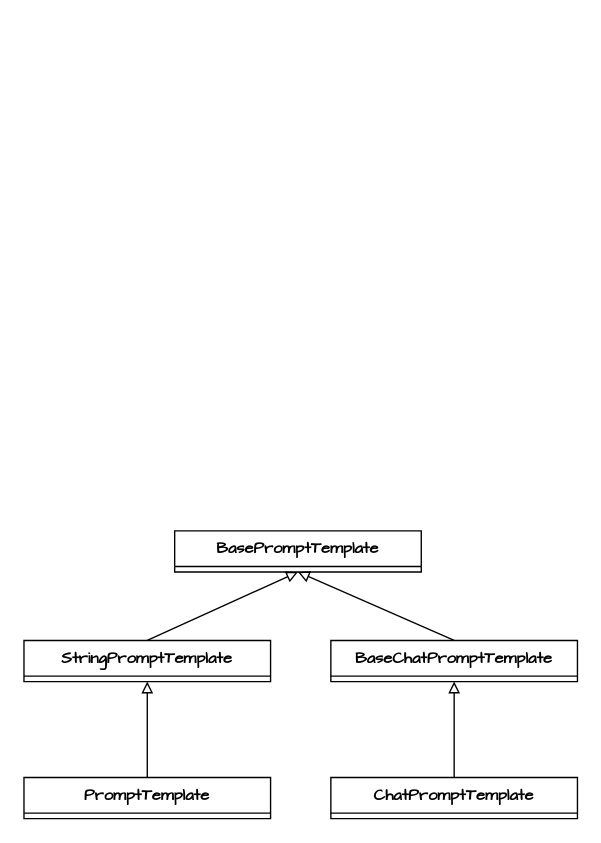
The draw.io diagram page "Prompt" (3 of 7) of Draw_Files/langchain.drawio in wangmu0115/WangMu, before the edit. Source tidied: cells renumbered, new cells numbered last; positions are measured from the earlier drawing's top-left corner, leaving out a move shared by most shapes. Both pictures are drawn from the tidied source at 137%, with x=0, y=0 at pixel (23, 530).
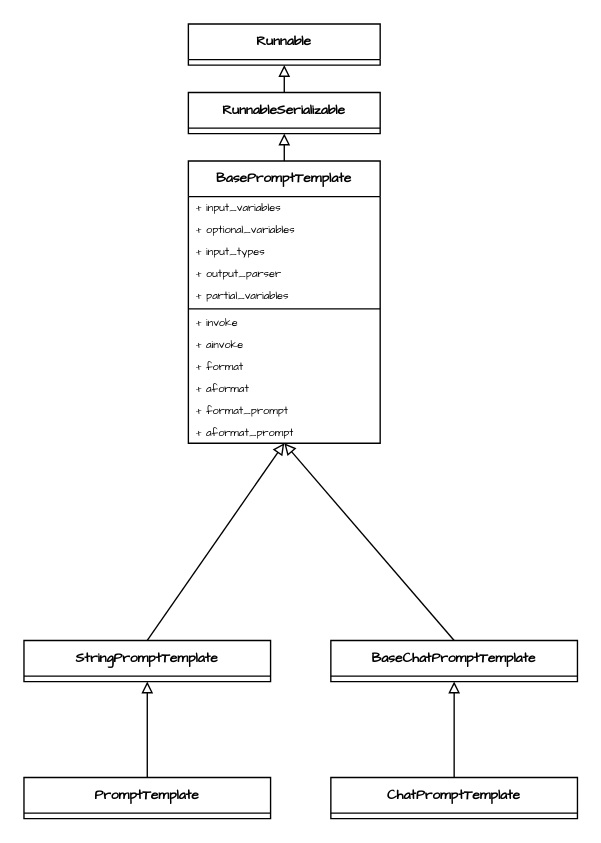
The same page after the edit.

Diff of the diagram source:
```diff
@@
+    <mxCell id="11" style="edgeStyle=orthogonalEdgeStyle;rounded=0;jettySize=auto;html=1;exitX=0.5;exitY=0;exitDx=0;exitDy=0;entryX=0.5;entryY=1;entryDx=0;entryDy=0;endArrow=block;endFill=0;" parent="1" edge="1" source="2" target="26">
+      <mxGeometry relative="1" as="geometry" />
+    </mxCell>
-    <mxCell id="2" value="BasePromptTemplate" style="swimlane;fontStyle=1;align=center;verticalAlign=top;horizontal=1;startSize=26;whiteSpace=wrap;html=1;fontFamily=Comic Sans MS;fontSize=12;" parent="1" vertex="1" collapsed="1">
-      <mxGeometry x="110" width="180" height="30" as="geometry" />
+    <mxCell id="2" value="BasePromptTemplate" style="swimlane;fontStyle=1;align=center;verticalAlign=top;horizontal=1;startSize=26;whiteSpace=wrap;html=1;fontFamily=Comic Sans MS;fontSize=10;" parent="1" vertex="1">
+      <mxGeometry x="120" y="-270" width="140" height="206" as="geometry" />
     </mxCell>
+    <mxCell id="12" value="+ input_variables" style="text;strokeColor=none;fillColor=none;align=left;verticalAlign=middle;spacingLeft=4;spacingRight=4;overflow=hidden;whiteSpace=wrap;html=1;fontFamily=Comic Sans MS;fontSize=8;" parent="2" vertex="1">
+      <mxGeometry y="26" width="140" height="16" as="geometry" />
+    </mxCell>
+    <mxCell id="13" value="+ optional_variables" style="text;strokeColor=none;fillColor=none;align=left;verticalAlign=middle;spacingLeft=4;spacingRight=4;overflow=hidden;whiteSpace=wrap;html=1;fontFamily=Comic Sans MS;fontSize=8;" parent="2" vertex="1">
+      <mxGeometry y="42" width="140" height="16" as="geometry" />
+    </mxCell>
+    <mxCell id="14" value="+ input_types&amp;nbsp;" style="text;strokeColor=none;fillColor=none;align=left;verticalAlign=middle;spacingLeft=4;spacingRight=4;overflow=hidden;whiteSpace=wrap;html=1;fontFamily=Comic Sans MS;fontSize=8;" parent="2" vertex="1">
+      <mxGeometry y="58" width="140" height="16" as="geometry" />
+    </mxCell>
+    <mxCell id="15" value="+ output_parser&amp;nbsp;" style="text;strokeColor=none;fillColor=none;align=left;verticalAlign=middle;spacingLeft=4;spacingRight=4;overflow=hidden;whiteSpace=wrap;html=1;fontFamily=Comic Sans MS;fontSize=8;" parent="2" vertex="1">
+      <mxGeometry y="74" width="140" height="16" as="geometry" />
+    </mxCell>
+    <mxCell id="16" value="+ partial_variables&amp;nbsp;" style="text;strokeColor=none;fillColor=none;align=left;verticalAlign=middle;spacingLeft=4;spacingRight=4;overflow=hidden;whiteSpace=wrap;html=1;fontFamily=Comic Sans MS;fontSize=8;" parent="2" vertex="1">
+      <mxGeometry y="90" width="140" height="16" as="geometry" />
+    </mxCell>
+    <mxCell id="17" style="line;strokeWidth=1;fillColor=none;align=left;verticalAlign=middle;spacingTop=-1;spacingLeft=3;spacingRight=3;labelPosition=right;strokeColor=inherit;fontFamily=Comic Sans MS;" parent="2" vertex="1">
+      <mxGeometry y="106" width="140" height="4" as="geometry" />
+    </mxCell>
+    <mxCell id="18" value="+ invoke" style="text;strokeColor=none;fillColor=none;align=left;verticalAlign=middle;spacingLeft=4;spacingRight=4;overflow=hidden;whiteSpace=wrap;html=1;fontFamily=Comic Sans MS;fontSize=8;" parent="2" vertex="1">
+      <mxGeometry y="110" width="140" height="16" as="geometry" />
+    </mxCell>
+    <mxCell id="19" value="+ ainvoke" style="text;strokeColor=none;fillColor=none;align=left;verticalAlign=middle;spacingLeft=4;spacingRight=4;overflow=hidden;whiteSpace=wrap;html=1;fontFamily=Comic Sans MS;fontSize=8;" parent="2" vertex="1">
+      <mxGeometry y="126" width="140" height="16" as="geometry" />
+    </mxCell>
+    <mxCell id="20" value="+ format" style="text;strokeColor=none;fillColor=none;align=left;verticalAlign=middle;spacingLeft=4;spacingRight=4;overflow=hidden;whiteSpace=wrap;html=1;fontFamily=Comic Sans MS;fontSize=8;" parent="2" vertex="1">
+      <mxGeometry y="142" width="140" height="16" as="geometry" />
+    </mxCell>
+    <mxCell id="21" value="+ aformat" style="text;strokeColor=none;fillColor=none;align=left;verticalAlign=middle;spacingLeft=4;spacingRight=4;overflow=hidden;whiteSpace=wrap;html=1;fontFamily=Comic Sans MS;fontSize=8;" parent="2" vertex="1">
+      <mxGeometry y="158" width="140" height="16" as="geometry" />
+    </mxCell>
+    <mxCell id="22" value="+ format_prompt" style="text;strokeColor=none;fillColor=none;align=left;verticalAlign=middle;spacingLeft=4;spacingRight=4;overflow=hidden;whiteSpace=wrap;html=1;fontFamily=Comic Sans MS;fontSize=8;" parent="2" vertex="1">
+      <mxGeometry y="174" width="140" height="16" as="geometry" />
+    </mxCell>
+    <mxCell id="23" value="+ aformat_prompt" style="text;strokeColor=none;fillColor=none;align=left;verticalAlign=middle;spacingLeft=4;spacingRight=4;overflow=hidden;whiteSpace=wrap;html=1;fontFamily=Comic Sans MS;fontSize=8;" parent="2" vertex="1">
+      <mxGeometry y="190" width="140" height="16" as="geometry" />
+    </mxCell>
-    <mxCell id="3" style="rounded=0;jettySize=auto;html=1;exitX=0.5;exitY=0;exitDx=0;exitDy=0;entryX=0.5;entryY=1;entryDx=0;entryDy=0;endArrow=block;endFill=0;" parent="1" edge="1" source="4" target="2">
+    <mxCell id="3" style="rounded=0;jettySize=auto;html=1;exitX=0.5;exitY=0;exitDx=0;exitDy=0;entryX=0.5;entryY=1;entryDx=0;entryDy=0;endArrow=block;endFill=0;fontSize=10;" parent="1" edge="1" source="4" target="2">
       <mxGeometry relative="1" as="geometry" />
     </mxCell>
-    <mxCell id="4" value="StringPromptTemplate" style="swimlane;fontStyle=1;align=center;verticalAlign=top;horizontal=1;startSize=26;whiteSpace=wrap;html=1;fontFamily=Comic Sans MS;fontSize=12;" parent="1" vertex="1" collapsed="1">
+    <mxCell id="4" value="StringPromptTemplate" style="swimlane;fontStyle=1;align=center;verticalAlign=top;horizontal=1;startSize=26;whiteSpace=wrap;html=1;fontFamily=Comic Sans MS;fontSize=10;" parent="1" vertex="1" collapsed="1">
       <mxGeometry y="80" width="180" height="30" as="geometry" />
     </mxCell>
-    <mxCell id="5" style="rounded=0;jettySize=auto;html=1;exitX=0.5;exitY=0;exitDx=0;exitDy=0;entryX=0.5;entryY=1;entryDx=0;entryDy=0;endArrow=block;endFill=0;" parent="1" edge="1" source="6" target="4">
+    <mxCell id="5" style="rounded=0;jettySize=auto;html=1;exitX=0.5;exitY=0;exitDx=0;exitDy=0;entryX=0.5;entryY=1;entryDx=0;entryDy=0;endArrow=block;endFill=0;fontSize=10;" parent="1" edge="1" source="6" target="4">
       <mxGeometry relative="1" as="geometry" />
     </mxCell>
-    <mxCell id="6" value="PromptTemplate" style="swimlane;fontStyle=1;align=center;verticalAlign=top;horizontal=1;startSize=26;whiteSpace=wrap;html=1;fontFamily=Comic Sans MS;fontSize=12;" parent="1" vertex="1" collapsed="1">
+    <mxCell id="6" value="PromptTemplate" style="swimlane;fontStyle=1;align=center;verticalAlign=top;horizontal=1;startSize=26;whiteSpace=wrap;html=1;fontFamily=Comic Sans MS;fontSize=10;" parent="1" vertex="1" collapsed="1">
       <mxGeometry y="180" width="180" height="30" as="geometry" />
     </mxCell>
-    <mxCell id="7" style="rounded=0;jettySize=auto;html=1;exitX=0.5;exitY=0;exitDx=0;exitDy=0;entryX=0.5;entryY=1;entryDx=0;entryDy=0;endArrow=block;endFill=0;" parent="1" edge="1" source="8" target="2">
+    <mxCell id="7" style="rounded=0;jettySize=auto;html=1;exitX=0.5;exitY=0;exitDx=0;exitDy=0;entryX=0.5;entryY=1;entryDx=0;entryDy=0;endArrow=block;endFill=0;fontSize=10;" parent="1" edge="1" source="8" target="2">
       <mxGeometry relative="1" as="geometry" />
     </mxCell>
-    <mxCell id="8" value="BaseChatPromptTemplate" style="swimlane;fontStyle=1;align=center;verticalAlign=top;horizontal=1;startSize=26;whiteSpace=wrap;html=1;fontFamily=Comic Sans MS;fontSize=12;" parent="1" vertex="1" collapsed="1">
+    <mxCell id="8" value="BaseChatPromptTemplate" style="swimlane;fontStyle=1;align=center;verticalAlign=top;horizontal=1;startSize=26;whiteSpace=wrap;html=1;fontFamily=Comic Sans MS;fontSize=10;" parent="1" vertex="1" collapsed="1">
       <mxGeometry x="224" y="80" width="180" height="30" as="geometry" />
     </mxCell>
-    <mxCell id="9" style="rounded=0;jettySize=auto;html=1;exitX=0.5;exitY=0;exitDx=0;exitDy=0;entryX=0.5;entryY=1;entryDx=0;entryDy=0;endArrow=block;endFill=0;" parent="1" edge="1" source="10" target="8">
+    <mxCell id="9" style="rounded=0;jettySize=auto;html=1;exitX=0.5;exitY=0;exitDx=0;exitDy=0;entryX=0.5;entryY=1;entryDx=0;entryDy=0;endArrow=block;endFill=0;fontSize=10;" parent="1" edge="1" source="10" target="8">
       <mxGeometry relative="1" as="geometry" />
     </mxCell>
-    <mxCell id="10" value="ChatPromptTemplate" style="swimlane;fontStyle=1;align=center;verticalAlign=top;horizontal=1;startSize=26;whiteSpace=wrap;html=1;fontFamily=Comic Sans MS;fontSize=12;" parent="1" vertex="1" collapsed="1">
+    <mxCell id="10" value="ChatPromptTemplate" style="swimlane;fontStyle=1;align=center;verticalAlign=top;horizontal=1;startSize=26;whiteSpace=wrap;html=1;fontFamily=Comic Sans MS;fontSize=10;" parent="1" vertex="1" collapsed="1">
       <mxGeometry x="224" y="180" width="180" height="30" as="geometry" />
     </mxCell>
+    <mxCell id="24" value="Runnable" style="swimlane;fontStyle=1;align=center;verticalAlign=top;horizontal=1;startSize=26;whiteSpace=wrap;html=1;fontFamily=Comic Sans MS;fontSize=10;" parent="1" vertex="1" collapsed="1">
+      <mxGeometry x="120" y="-370" width="140" height="30" as="geometry" />
+    </mxCell>
+    <mxCell id="25" style="rounded=0;jettySize=auto;html=1;exitX=0.5;exitY=0;exitDx=0;exitDy=0;entryX=0.5;entryY=1;entryDx=0;entryDy=0;endArrow=block;endFill=0;" parent="1" edge="1" source="26" target="24">
+      <mxGeometry relative="1" as="geometry" />
+    </mxCell>
+    <mxCell id="26" value="RunnableSerializable" style="swimlane;fontStyle=1;align=center;verticalAlign=top;horizontal=1;startSize=26;whiteSpace=wrap;html=1;fontFamily=Comic Sans MS;fontSize=10;" parent="1" vertex="1" collapsed="1">
+      <mxGeometry x="120" y="-320" width="140" height="30" as="geometry" />
+    </mxCell>
```
